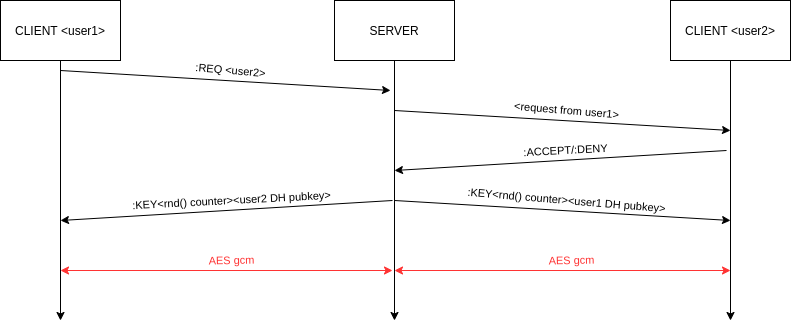
matteodefra/Focproject keeps this draw.io diagram as pics/request.png. Above is the earlier version. Source tidied: cells renumbered, new cells last; positions are measured from the earlier drawing's top-left corner, leaving out a move shared by most shapes.
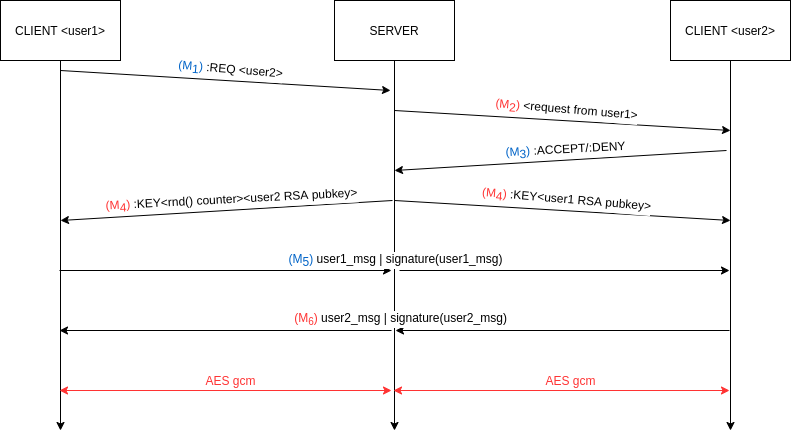
The same file after the commit.

What changed in the source:
```diff
@@ -11,13 +11,13 @@
     <mxCell id="4" style="endArrow=classic;html=1;exitX=0.5;exitY=1;exitDx=0;exitDy=0;" parent="1" edge="1">
       <mxGeometry relative="1" as="geometry">
         <mxPoint x="60" y="60" as="sourcePoint" />
-        <mxPoint x="60" y="320" as="targetPoint" />
+        <mxPoint x="60" y="430" as="targetPoint" />
       </mxGeometry>
     </mxCell>
     <mxCell id="5" style="endArrow=classic;html=1;exitX=0.5;exitY=1;exitDx=0;exitDy=0;" parent="1" edge="1">
       <mxGeometry relative="1" as="geometry">
         <mxPoint x="394" y="60" as="sourcePoint" />
-        <mxPoint x="394" y="320" as="targetPoint" />
+        <mxPoint x="394" y="430" as="targetPoint" />
       </mxGeometry>
     </mxCell>
     <mxCell id="6" style="endArrow=classic;html=1;strokeColor=#000000;" parent="1" edge="1">
@@ -26,7 +26,7 @@
         <mxPoint x="390" y="90" as="targetPoint" />
       </mxGeometry>
     </mxCell>
-    <mxCell id="7" value=":REQ &amp;lt;user2&amp;gt;" style="edgeLabel;html=1;align=center;verticalAlign=middle;rotation=4.8;" parent="6" vertex="1">
+    <mxCell id="7" value="&lt;font color=&quot;#0063c7&quot; style=&quot;font-size: 12px;&quot;&gt;(M&lt;sub style=&quot;font-size: 12px;&quot;&gt;1&lt;/sub&gt;)&lt;/font&gt; :REQ &amp;lt;user2&amp;gt;" style="edgeLabel;html=1;align=center;verticalAlign=middle;rotation=4.8;fontSize=12;" parent="6" vertex="1">
       <mxGeometry x="-0.17" y="-1" relative="1" as="geometry">
         <mxPoint x="32" y="-10" as="offset" />
       </mxGeometry>
@@ -37,7 +37,7 @@
     <mxCell id="9" style="endArrow=classic;html=1;exitX=0.5;exitY=1;exitDx=0;exitDy=0;" parent="1" edge="1">
       <mxGeometry relative="1" as="geometry">
         <mxPoint x="730" y="60" as="sourcePoint" />
-        <mxPoint x="730" y="320" as="targetPoint" />
+        <mxPoint x="730" y="430" as="targetPoint" />
       </mxGeometry>
     </mxCell>
     <mxCell id="10" style="endArrow=classic;html=1;strokeColor=#000000;" parent="1" edge="1">
@@ -46,7 +46,7 @@
         <mxPoint x="730" y="130" as="targetPoint" />
       </mxGeometry>
     </mxCell>
-    <mxCell id="11" value="&amp;lt;request from user1&amp;gt;" style="edgeLabel;html=1;align=center;verticalAlign=middle;rotation=4.8;" parent="10" vertex="1">
+    <mxCell id="11" value="&lt;font color=&quot;#ff3333&quot; style=&quot;font-size: 12px;&quot;&gt;(M&lt;font style=&quot;font-size: 12px;&quot;&gt;&lt;sub style=&quot;font-size: 12px;&quot;&gt;2&lt;/sub&gt;&lt;/font&gt;)&lt;/font&gt;&lt;span style=&quot;color: rgb(0, 99, 199); font-size: 12px;&quot;&gt;&amp;nbsp;&lt;/span&gt;&amp;lt;request from user1&amp;gt;" style="edgeLabel;html=1;align=center;verticalAlign=middle;rotation=4.8;fontSize=12;" parent="10" vertex="1">
       <mxGeometry x="-0.17" y="-1" relative="1" as="geometry">
         <mxPoint x="32" y="-10" as="offset" />
       </mxGeometry>
@@ -57,7 +57,7 @@
         <mxPoint x="394" y="170" as="targetPoint" />
       </mxGeometry>
     </mxCell>
-    <mxCell id="13" value=":ACCEPT/:DENY" style="edgeLabel;html=1;align=center;verticalAlign=middle;rotation=-3;" parent="12" vertex="1">
+    <mxCell id="13" value="&lt;span style=&quot;color: rgb(0, 99, 199); font-size: 12px;&quot;&gt;(M&lt;/span&gt;&lt;sub style=&quot;color: rgb(0, 99, 199); font-size: 12px;&quot;&gt;3&lt;/sub&gt;&lt;span style=&quot;color: rgb(0, 99, 199); font-size: 12px;&quot;&gt;)&amp;nbsp;&lt;/span&gt;:ACCEPT/:DENY" style="edgeLabel;html=1;align=center;verticalAlign=middle;rotation=-3;fontSize=12;" parent="12" vertex="1">
       <mxGeometry x="0.09" relative="1" as="geometry">
         <mxPoint x="19" y="-11" as="offset" />
       </mxGeometry>
@@ -68,7 +68,7 @@
         <mxPoint x="60" y="220" as="targetPoint" />
       </mxGeometry>
     </mxCell>
-    <mxCell id="15" value=":KEY&amp;lt;rnd() counter&amp;gt;&amp;lt;user2 DH pubkey&amp;gt;" style="edgeLabel;html=1;align=center;verticalAlign=middle;rotation=-3;" parent="14" vertex="1">
+    <mxCell id="15" value="&lt;span style=&quot;color: rgb(255, 51, 51); font-size: 12px;&quot;&gt;(M&lt;/span&gt;&lt;font style=&quot;color: rgb(255, 51, 51); font-size: 12px;&quot;&gt;&lt;sub style=&quot;font-size: 12px;&quot;&gt;4&lt;/sub&gt;&lt;/font&gt;&lt;span style=&quot;color: rgb(255, 51, 51); font-size: 12px;&quot;&gt;)&amp;nbsp;&lt;/span&gt;:KEY&amp;lt;rnd() counter&amp;gt;&amp;lt;user2 RSA pubkey&amp;gt;" style="edgeLabel;html=1;align=center;verticalAlign=middle;rotation=-3;fontSize=12;" parent="14" vertex="1">
       <mxGeometry x="0.09" relative="1" as="geometry">
         <mxPoint x="19" y="-11" as="offset" />
       </mxGeometry>
@@ -79,28 +79,62 @@
         <mxPoint x="730" y="220" as="targetPoint" />
       </mxGeometry>
     </mxCell>
-    <mxCell id="17" value=":KEY&amp;lt;rnd() counter&amp;gt;&amp;lt;user1 DH pubkey&amp;gt;" style="edgeLabel;html=1;align=center;verticalAlign=middle;rotation=4.8;" parent="16" vertex="1">
+    <mxCell id="17" value="&lt;span style=&quot;color: rgb(255, 51, 51); font-size: 12px;&quot;&gt;(M&lt;/span&gt;&lt;font style=&quot;color: rgb(255, 51, 51); font-size: 12px;&quot;&gt;&lt;sub style=&quot;font-size: 12px;&quot;&gt;4&lt;/sub&gt;&lt;/font&gt;&lt;span style=&quot;color: rgb(255, 51, 51); font-size: 12px;&quot;&gt;)&amp;nbsp;&lt;/span&gt;:KEY&amp;lt;user1 RSA pubkey&amp;gt;" style="edgeLabel;html=1;align=center;verticalAlign=middle;rotation=4.8;fontSize=12;" parent="16" vertex="1">
       <mxGeometry x="-0.17" y="-1" relative="1" as="geometry">
         <mxPoint x="32" y="-10" as="offset" />
       </mxGeometry>
     </mxCell>
     <mxCell id="18" style="endArrow=classic;startArrow=classic;html=1;strokeColor=#FF3333;" parent="1" edge="1">
       <mxGeometry relative="1" as="geometry">
-        <mxPoint x="60" y="270" as="sourcePoint" />
-        <mxPoint x="392" y="270" as="targetPoint" />
+        <mxPoint x="59" y="390" as="sourcePoint" />
+        <mxPoint x="391" y="390" as="targetPoint" />
       </mxGeometry>
     </mxCell>
     <mxCell id="19" style="endArrow=classic;startArrow=classic;html=1;strokeColor=#FF3333;" parent="1" edge="1">
       <mxGeometry relative="1" as="geometry">
-        <mxPoint x="394" y="270" as="sourcePoint" />
-        <mxPoint x="730" y="270" as="targetPoint" />
+        <mxPoint x="393" y="390" as="sourcePoint" />
+        <mxPoint x="729" y="390" as="targetPoint" />
       </mxGeometry>
     </mxCell>
-    <mxCell id="20" value="&lt;font color=&quot;#ff3333&quot;&gt;AES gcm&lt;/font&gt;" style="edgeLabel;html=1;align=center;verticalAlign=middle;rotation=-1;" parent="1" vertex="1">
-      <mxGeometry x="230" y="260" as="geometry" />
+    <mxCell id="20" value="&lt;font color=&quot;#ff3333&quot; style=&quot;font-size: 12px;&quot;&gt;AES gcm&lt;/font&gt;" style="edgeLabel;html=1;align=center;verticalAlign=middle;rotation=0;fontSize=12;" parent="1" vertex="1">
+      <mxGeometry x="229" y="380" as="geometry" />
     </mxCell>
-    <mxCell id="21" value="&lt;font color=&quot;#ff3333&quot;&gt;AES gcm&lt;/font&gt;" style="edgeLabel;html=1;align=center;verticalAlign=middle;rotation=-1;" parent="1" vertex="1">
-      <mxGeometry x="570" y="260" as="geometry" />
+    <mxCell id="21" value="&lt;font color=&quot;#ff3333&quot; style=&quot;font-size: 12px;&quot;&gt;AES gcm&lt;/font&gt;" style="edgeLabel;html=1;align=center;verticalAlign=middle;rotation=0;fontSize=12;" parent="1" vertex="1">
+      <mxGeometry x="569" y="380" as="geometry" />
     </mxCell>
+    <mxCell id="22" style="endArrow=classic;startArrow=none;html=1;" parent="1" edge="1">
+      <mxGeometry relative="1" as="geometry">
+        <mxPoint x="59" y="270" as="sourcePoint" />
+        <mxPoint x="391" y="270" as="targetPoint" />
+      </mxGeometry>
+    </mxCell>
+    <mxCell id="23" style="endArrow=classic;startArrow=none;html=1;" parent="1" edge="1">
+      <mxGeometry relative="1" as="geometry">
+        <mxPoint x="399" y="270" as="sourcePoint" />
+        <mxPoint x="729" y="270" as="targetPoint" />
+      </mxGeometry>
+    </mxCell>
+    <mxCell id="24" value="&lt;font style=&quot;font-size: 12px&quot;&gt;&lt;font color=&quot;#0063c7&quot; style=&quot;font-size: 12px&quot;&gt;(M&lt;sub style=&quot;font-size: 12px;&quot;&gt;5&lt;/sub&gt;)&lt;/font&gt;&amp;nbsp;user1_msg | signature(user1_msg)&lt;/font&gt;" style="edgeLabel;html=1;align=center;verticalAlign=middle;rotation=0;fontSize=12;" parent="1" vertex="1">
+      <mxGeometry x="400" y="260" as="geometry">
+        <mxPoint x="-6" y="-0.1" as="offset" />
+      </mxGeometry>
+    </mxCell>
+    <mxCell id="25" style="endArrow=none;startArrow=classic;html=1;" parent="1" edge="1">
+      <mxGeometry relative="1" as="geometry">
+        <mxPoint x="59" y="330" as="sourcePoint" />
+        <mxPoint x="391" y="330" as="targetPoint" />
+      </mxGeometry>
+    </mxCell>
+    <mxCell id="26" style="endArrow=none;startArrow=classic;html=1;" parent="1" edge="1">
+      <mxGeometry relative="1" as="geometry">
+        <mxPoint x="395" y="330" as="sourcePoint" />
+        <mxPoint x="729" y="330" as="targetPoint" />
+      </mxGeometry>
+    </mxCell>
+    <mxCell id="27" value="&lt;font style=&quot;font-size: 12px&quot;&gt;&lt;span style=&quot;color: rgb(255 , 51 , 51)&quot;&gt;(M&lt;/span&gt;&lt;font style=&quot;color: rgb(255 , 51 , 51) ; font-size: 12px&quot;&gt;&lt;sub&gt;6&lt;/sub&gt;&lt;/font&gt;&lt;span style=&quot;color: rgb(255 , 51 , 51)&quot;&gt;)&lt;/span&gt;&amp;nbsp;user2_msg | signature(user2_msg)&lt;/font&gt;" style="edgeLabel;html=1;align=center;verticalAlign=middle;rotation=0;fontSize=12;" parent="1" vertex="1">
+      <mxGeometry x="394" y="320" as="geometry">
+        <mxPoint x="5" y="-1" as="offset" />
+      </mxGeometry>
+    </mxCell>
   </root>
 </mxGraphModel>
```
